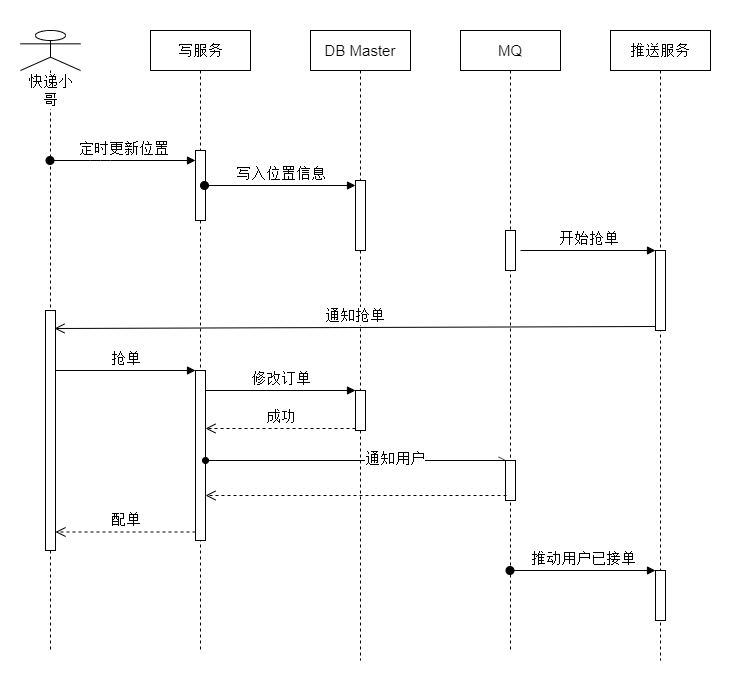
an-Onion/architect-camp keeps this draw.io diagram as final/img/driver.drawio.png. Above is the earlier version. Source tidied: cells renumbered, new cells last; positions are measured from the earlier drawing's top-left corner, leaving out a move shared by most shapes.
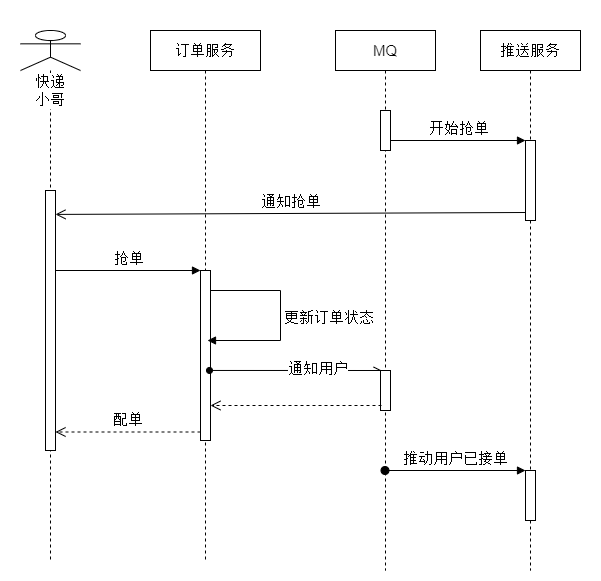
The same file after the commit.

What changed in the source:
```diff
@@ -3,86 +3,65 @@
     <mxCell id="0" />
     <mxCell id="1" parent="0" />
     <mxCell id="2" style="rounded=0;whiteSpace=wrap;html=1;fontSize=15;strokeColor=none;" parent="1" vertex="1">
-      <mxGeometry width="730" height="680" as="geometry" />
+      <mxGeometry width="600" height="580" as="geometry" />
     </mxCell>
-    <mxCell id="3" value="快递小哥" style="shape=umlLifeline;participant=umlActor;perimeter=lifelinePerimeter;whiteSpace=wrap;html=1;verticalAlign=top;spacingTop=36;labelBackgroundColor=#ffffff;outlineConnect=0;fontSize=15;" parent="1" vertex="1">
-      <mxGeometry x="20" y="30" width="60" height="620" as="geometry" />
+    <mxCell id="3" value="快递&lt;br&gt;小哥" style="shape=umlLifeline;participant=umlActor;perimeter=lifelinePerimeter;whiteSpace=wrap;html=1;verticalAlign=top;spacingTop=36;labelBackgroundColor=#ffffff;outlineConnect=0;fontSize=15;" parent="1" vertex="1">
+      <mxGeometry x="20" y="30" width="60" height="530" as="geometry" />
     </mxCell>
     <mxCell id="4" style="html=1;points=[];perimeter=orthogonalPerimeter;fontSize=15;" parent="3" vertex="1">
-      <mxGeometry x="25" y="280" width="10" height="240" as="geometry" />
+      <mxGeometry x="25" y="160" width="10" height="260" as="geometry" />
     </mxCell>
-    <mxCell id="5" value="写服务" style="shape=umlLifeline;perimeter=lifelinePerimeter;whiteSpace=wrap;html=1;fontSize=15;" parent="1" vertex="1">
-      <mxGeometry x="150" y="30" width="100" height="620" as="geometry" />
+    <mxCell id="5" value="订单服务" style="shape=umlLifeline;perimeter=lifelinePerimeter;whiteSpace=wrap;html=1;fontSize=15;" parent="1" vertex="1">
+      <mxGeometry x="150" y="30" width="110" height="530" as="geometry" />
     </mxCell>
-    <mxCell id="6" style="html=1;points=[];perimeter=orthogonalPerimeter;fontSize=15;" parent="5" vertex="1">
-      <mxGeometry x="45" y="120" width="10" height="70" as="geometry" />
-    </mxCell>
     <mxCell id="7" style="html=1;points=[];perimeter=orthogonalPerimeter;fontSize=15;" parent="5" vertex="1">
-      <mxGeometry x="45" y="340" width="10" height="170" as="geometry" />
+      <mxGeometry x="50" y="240" width="10" height="170" as="geometry" />
     </mxCell>
-    <mxCell id="8" value="DB&amp;nbsp;Master" style="shape=umlLifeline;perimeter=lifelinePerimeter;whiteSpace=wrap;html=1;fontSize=15;" parent="1" vertex="1">
-      <mxGeometry x="310" y="30" width="100" height="630" as="geometry" />
-    </mxCell>
-    <mxCell id="9" style="html=1;points=[];perimeter=orthogonalPerimeter;fontSize=15;" parent="8" vertex="1">
-      <mxGeometry x="45" y="150" width="10" height="70" as="geometry" />
-    </mxCell>
-    <mxCell id="10" style="html=1;points=[];perimeter=orthogonalPerimeter;fontSize=15;" parent="8" vertex="1">
-      <mxGeometry x="45" y="360" width="10" height="40" as="geometry" />
-    </mxCell>
-    <mxCell id="11" value="定时更新位置" style="html=1;verticalAlign=bottom;startArrow=oval;endArrow=block;startSize=8;fontSize=15;" parent="1" edge="1" source="3" target="6">
-      <mxGeometry relative="1" as="geometry">
-        <Array as="points">
-          <mxPoint x="100" y="160" />
-        </Array>
-      </mxGeometry>
-    </mxCell>
-    <mxCell id="12" value="写入位置信息" style="html=1;verticalAlign=bottom;startArrow=oval;endArrow=block;startSize=8;fontSize=15;" parent="1" edge="1" target="9">
-      <mxGeometry relative="1" as="geometry">
-        <mxPoint x="204" y="185" as="sourcePoint" />
-      </mxGeometry>
-    </mxCell>
+    <mxCell id="28" value="&lt;font style=&quot;font-size: 15px&quot;&gt;更新订单状态&lt;/font&gt;" style="edgeStyle=orthogonalEdgeStyle;html=1;align=left;spacingLeft=2;endArrow=block;rounded=0;" parent="5" edge="1">
+      <mxGeometry relative="1" as="geometry">
+        <mxPoint x="60" y="260" as="sourcePoint" />
+        <mxPoint x="57" y="310" as="targetPoint" />
+        <Array as="points">
+          <mxPoint x="130" y="260" />
+          <mxPoint x="130" y="310" />
+          <mxPoint x="57" y="310" />
+        </Array>
+      </mxGeometry>
+    </mxCell>
     <mxCell id="13" value="推送服务" style="shape=umlLifeline;perimeter=lifelinePerimeter;whiteSpace=wrap;html=1;fontSize=15;" parent="1" vertex="1">
-      <mxGeometry x="610" y="30" width="100" height="630" as="geometry" />
+      <mxGeometry x="480" y="30" width="100" height="540" as="geometry" />
     </mxCell>
     <mxCell id="14" style="html=1;points=[];perimeter=orthogonalPerimeter;fontSize=15;" parent="13" vertex="1">
-      <mxGeometry x="45" y="220" width="10" height="80" as="geometry" />
+      <mxGeometry x="45" y="110" width="10" height="80" as="geometry" />
     </mxCell>
     <mxCell id="15" style="html=1;points=[];perimeter=orthogonalPerimeter;fontSize=15;" parent="13" vertex="1">
-      <mxGeometry x="45" y="540" width="10" height="50" as="geometry" />
+      <mxGeometry x="45" y="440" width="10" height="50" as="geometry" />
     </mxCell>
     <mxCell id="16" value="抢单" style="html=1;verticalAlign=bottom;endArrow=block;entryX=0;entryY=0;fontSize=15;" parent="1" edge="1" source="4" target="7">
       <mxGeometry relative="1" as="geometry" />
     </mxCell>
-    <mxCell id="17" value="修改订单" style="html=1;verticalAlign=bottom;endArrow=block;entryX=0;entryY=0;fontSize=15;" parent="1" edge="1" source="7" target="10">
-      <mxGeometry relative="1" as="geometry" />
-    </mxCell>
-    <mxCell id="18" value="成功" style="html=1;verticalAlign=bottom;endArrow=open;dashed=1;endSize=8;exitX=0;exitY=0.95;fontSize=15;" parent="1" edge="1" source="10" target="7">
-      <mxGeometry relative="1" as="geometry" />
-    </mxCell>
     <mxCell id="19" value="配单" style="html=1;verticalAlign=bottom;endArrow=open;dashed=1;endSize=8;exitX=0;exitY=0.95;fontSize=15;" parent="1" edge="1" source="7" target="4">
       <mxGeometry relative="1" as="geometry" />
     </mxCell>
-    <mxCell id="20" value="通知用户" style="html=1;verticalAlign=bottom;startArrow=oval;endArrow=openAsync;endFill=0;fontSize=15;" parent="1" edge="1" source="7" target="23">
+    <mxCell id="20" value="通知用户" style="html=1;verticalAlign=bottom;startArrow=oval;endArrow=openAsync;endFill=0;fontSize=15;exitX=0.9;exitY=0.588;exitDx=0;exitDy=0;exitPerimeter=0;" parent="1" edge="1" source="7" target="23">
       <mxGeometry x="0.26" y="-10" relative="1" as="geometry" />
     </mxCell>
     <mxCell id="21" value="MQ" style="shape=umlLifeline;perimeter=lifelinePerimeter;whiteSpace=wrap;html=1;outlineConnect=0;fontSize=15;" parent="1" vertex="1">
-      <mxGeometry x="460" y="30" width="100" height="620" as="geometry" />
+      <mxGeometry x="335" y="30" width="100" height="540" as="geometry" />
     </mxCell>
     <mxCell id="22" style="html=1;points=[];perimeter=orthogonalPerimeter;fontSize=15;" parent="21" vertex="1">
-      <mxGeometry x="45" y="200" width="10" height="40" as="geometry" />
+      <mxGeometry x="45" y="80" width="10" height="40" as="geometry" />
     </mxCell>
     <mxCell id="23" style="html=1;points=[];perimeter=orthogonalPerimeter;fontSize=15;" parent="21" vertex="1">
-      <mxGeometry x="45" y="430" width="10" height="40" as="geometry" />
+      <mxGeometry x="45" y="340" width="10" height="40" as="geometry" />
     </mxCell>
-    <mxCell id="24" value="通知抢单" style="html=1;verticalAlign=bottom;endArrow=open;endSize=8;exitX=0;exitY=0.95;fontSize=15;" parent="1" edge="1" source="14">
+    <mxCell id="24" value="通知抢单" style="html=1;verticalAlign=bottom;endArrow=open;endSize=8;fontSize=15;entryX=1;entryY=0.092;entryDx=0;entryDy=0;entryPerimeter=0;" parent="1" edge="1" target="4">
       <mxGeometry relative="1" as="geometry">
-        <mxPoint x="54" y="328" as="targetPoint" />
+        <mxPoint x="525" y="212" as="sourcePoint" />
       </mxGeometry>
     </mxCell>
-    <mxCell id="25" value="开始抢单" style="html=1;verticalAlign=bottom;endArrow=block;entryX=0;entryY=0;fontSize=15;" parent="1" edge="1" target="14">
-      <mxGeometry relative="1" as="geometry">
-        <mxPoint x="520" y="250" as="sourcePoint" />
-      </mxGeometry>
+    <mxCell id="25" value="开始抢单" style="html=1;verticalAlign=bottom;endArrow=block;entryX=0;entryY=0;fontSize=15;" parent="1" edge="1" source="22" target="14">
+      <mxGeometry relative="1" as="geometry" />
     </mxCell>
     <mxCell id="26" style="html=1;verticalAlign=bottom;endArrow=open;dashed=1;endSize=8;exitX=0.1;exitY=0.875;fontSize=15;exitDx=0;exitDy=0;exitPerimeter=0;" parent="1" edge="1" source="23" target="7">
       <mxGeometry relative="1" as="geometry" />
```
